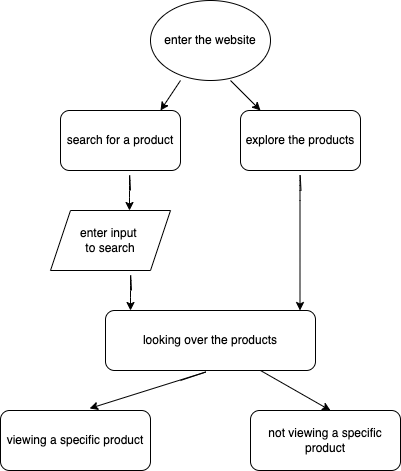
This is explore/diagramming/diagram.drawio.png from jiaxin-yeah/fa22-cse110-lab4, a draw.io export, as it was before one commit. Source tidied: cells renumbered, new cells last; positions are measured from the earlier drawing's top-left corner, leaving out a move shared by most shapes.
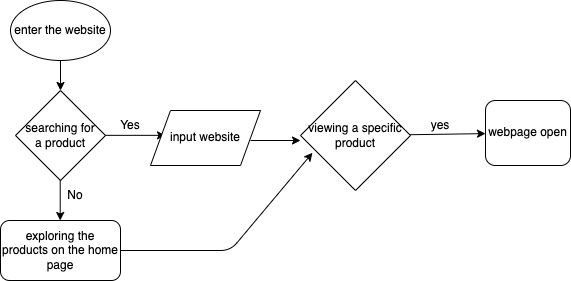
After the change.

The edit, as a diff of the source:
```diff
@@ -3,81 +3,66 @@
     <mxCell id="0" />
     <mxCell id="1" parent="0" />
     <mxCell id="2" value="enter the website" style="ellipse;whiteSpace=wrap;html=1;" parent="1" vertex="1">
-      <mxGeometry x="150" width="120" height="80" as="geometry" />
+      <mxGeometry x="160" y="20" width="100" height="60" as="geometry" />
     </mxCell>
     <mxCell id="3" style="endArrow=classic;html=1;" parent="1" edge="1">
       <mxGeometry relative="1" as="geometry">
-        <mxPoint x="180" y="80" as="sourcePoint" />
-        <mxPoint x="160" y="110" as="targetPoint" />
+        <mxPoint x="210" y="80" as="sourcePoint" />
+        <mxPoint x="210" y="110" as="targetPoint" />
       </mxGeometry>
     </mxCell>
-    <mxCell id="4" style="endArrow=classic;html=1;" parent="1" edge="1">
-      <mxGeometry relative="1" as="geometry">
-        <mxPoint x="230" y="80" as="sourcePoint" />
-        <mxPoint x="260" y="110" as="targetPoint" />
-      </mxGeometry>
-    </mxCell>
-    <mxCell id="5" value="search for a product" style="rounded=1;whiteSpace=wrap;html=1;" parent="1" vertex="1">
-      <mxGeometry x="60" y="110" width="120" height="60" as="geometry" />
-    </mxCell>
-    <mxCell id="6" value="explore the products" style="rounded=1;whiteSpace=wrap;html=1;" parent="1" vertex="1">
-      <mxGeometry x="240" y="110" width="120" height="60" as="geometry" />
-    </mxCell>
-    <mxCell id="7" style="endArrow=classic;html=1;" parent="1" edge="1">
-      <mxGeometry relative="1" as="geometry">
-        <mxPoint x="130" y="190" as="sourcePoint" />
-        <mxPoint x="129" y="210" as="targetPoint" />
-        <Array as="points">
-          <mxPoint x="129" y="170" />
-          <mxPoint x="129" y="190" />
-        </Array>
-      </mxGeometry>
-    </mxCell>
-    <mxCell id="8" value="enter input &lt;br&gt;to search" style="shape=parallelogram;perimeter=parallelogramPerimeter;whiteSpace=wrap;html=1;fixedSize=1;" parent="1" vertex="1">
-      <mxGeometry x="50" y="210" width="120" height="60" as="geometry" />
-    </mxCell>
-    <mxCell id="9" style="endArrow=classic;html=1;" parent="1" edge="1">
-      <mxGeometry relative="1" as="geometry">
-        <mxPoint x="131" y="290" as="sourcePoint" />
-        <mxPoint x="130" y="310" as="targetPoint" />
-        <Array as="points">
-          <mxPoint x="130" y="270" />
-          <mxPoint x="130" y="290" />
-        </Array>
-      </mxGeometry>
-    </mxCell>
-    <mxCell id="10" style="endArrow=classic;html=1;" parent="1" edge="1">
-      <mxGeometry relative="1" as="geometry">
-        <mxPoint x="300.5" y="190" as="sourcePoint" />
-        <mxPoint x="299.5" y="310" as="targetPoint" />
-        <Array as="points">
-          <mxPoint x="299.5" y="170" />
-          <mxPoint x="299.5" y="190" />
-        </Array>
-      </mxGeometry>
-    </mxCell>
-    <mxCell id="11" value="looking over the products" style="rounded=1;whiteSpace=wrap;html=1;" parent="1" vertex="1">
-      <mxGeometry x="105" y="310" width="210" height="60" as="geometry" />
-    </mxCell>
+    <mxCell id="15" value="searching for&lt;br&gt;a product" style="rhombus;whiteSpace=wrap;html=1;" parent="1" vertex="1">
+      <mxGeometry x="165" y="110" width="90" height="90" as="geometry" />
+    </mxCell>
+    <mxCell id="16" style="endArrow=classic;html=1;" parent="1" edge="1">
+      <mxGeometry relative="1" as="geometry">
+        <mxPoint x="255" y="154.8" as="sourcePoint" />
+        <mxPoint x="315" y="154.8" as="targetPoint" />
+      </mxGeometry>
+    </mxCell>
+    <mxCell id="17" value="Yes" style="text;html=1;strokeColor=none;fillColor=none;align=center;verticalAlign=middle;whiteSpace=wrap;rounded=0;" parent="1" vertex="1">
+      <mxGeometry x="250" y="130" width="60" height="30" as="geometry" />
+    </mxCell>
+    <mxCell id="18" value="input website" style="shape=parallelogram;perimeter=parallelogramPerimeter;whiteSpace=wrap;html=1;fixedSize=1;" parent="1" vertex="1">
+      <mxGeometry x="300" y="130" width="110" height="55" as="geometry" />
+    </mxCell>
+    <mxCell id="19" style="endArrow=classic;html=1;" parent="1" edge="1">
+      <mxGeometry relative="1" as="geometry">
+        <mxPoint x="209.7" y="200" as="sourcePoint" />
+        <mxPoint x="209.7" y="240" as="targetPoint" />
+      </mxGeometry>
+    </mxCell>
+    <mxCell id="20" value="No" style="text;html=1;strokeColor=none;fillColor=none;align=center;verticalAlign=middle;whiteSpace=wrap;rounded=0;" parent="1" vertex="1">
+      <mxGeometry x="195" y="200" width="60" height="30" as="geometry" />
+    </mxCell>
+    <mxCell id="21" value="exploring the products on the home page" style="rounded=1;whiteSpace=wrap;html=1;" parent="1" vertex="1">
+      <mxGeometry x="150" y="240" width="120" height="60" as="geometry" />
+    </mxCell>
+    <mxCell id="22" style="endArrow=classic;html=1;" parent="1" edge="1">
+      <mxGeometry relative="1" as="geometry">
+        <mxPoint x="400" y="160" as="sourcePoint" />
+        <mxPoint x="450" y="160" as="targetPoint" />
+      </mxGeometry>
+    </mxCell>
+    <mxCell id="23" style="endArrow=classic;html=1;entryX=0.109;entryY=0.657;entryDx=0;entryDy=0;entryPerimeter=0;" parent="1" edge="1" target="12">
+      <mxGeometry relative="1" as="geometry">
+        <mxPoint x="270" y="270" as="sourcePoint" />
+        <Array as="points">
+          <mxPoint x="380" y="270" />
+        </Array>
+      </mxGeometry>
+    </mxCell>
+    <mxCell id="24" style="edgeStyle=none;html=1;" parent="1" edge="1" source="12" target="25">
+      <mxGeometry relative="1" as="geometry" />
+    </mxCell>
-    <mxCell id="12" value="viewing a specific product" style="rounded=1;whiteSpace=wrap;html=1;" parent="1" vertex="1">
-      <mxGeometry y="410" width="150" height="60" as="geometry" />
+    <mxCell id="12" value="viewing&amp;nbsp;a specific product" style="rhombus;whiteSpace=wrap;html=1;" parent="1" vertex="1">
+      <mxGeometry x="450" y="100" width="110" height="110" as="geometry" />
     </mxCell>
-    <mxCell id="13" style="endArrow=classic;html=1;entryX=0.594;entryY=-0.034;entryDx=0;entryDy=0;entryPerimeter=0;" parent="1" edge="1" target="12">
-      <mxGeometry relative="1" as="geometry">
-        <mxPoint x="180" y="380" as="sourcePoint" />
-        <Array as="points">
-          <mxPoint x="210" y="370" />
-        </Array>
-      </mxGeometry>
-    </mxCell>
-    <mxCell id="14" style="endArrow=classic;html=1;" parent="1" edge="1">
-      <mxGeometry relative="1" as="geometry">
-        <mxPoint x="260" y="370" as="sourcePoint" />
-        <mxPoint x="330" y="410" as="targetPoint" />
-      </mxGeometry>
-    </mxCell>
-    <mxCell id="15" value="not viewing a specific product" style="rounded=1;whiteSpace=wrap;html=1;" parent="1" vertex="1">
-      <mxGeometry x="250" y="410" width="150" height="60" as="geometry" />
-    </mxCell>
+    <mxCell id="25" value="webpage open" style="rounded=1;whiteSpace=wrap;html=1;" parent="1" vertex="1">
+      <mxGeometry x="635" y="120" width="85" height="65" as="geometry" />
+    </mxCell>
+    <mxCell id="26" value="yes" style="text;html=1;strokeColor=none;fillColor=none;align=center;verticalAlign=middle;whiteSpace=wrap;rounded=0;" parent="1" vertex="1">
+      <mxGeometry x="560" y="130" width="60" height="30" as="geometry" />
+    </mxCell>
   </root>
 </mxGraphModel>
```
